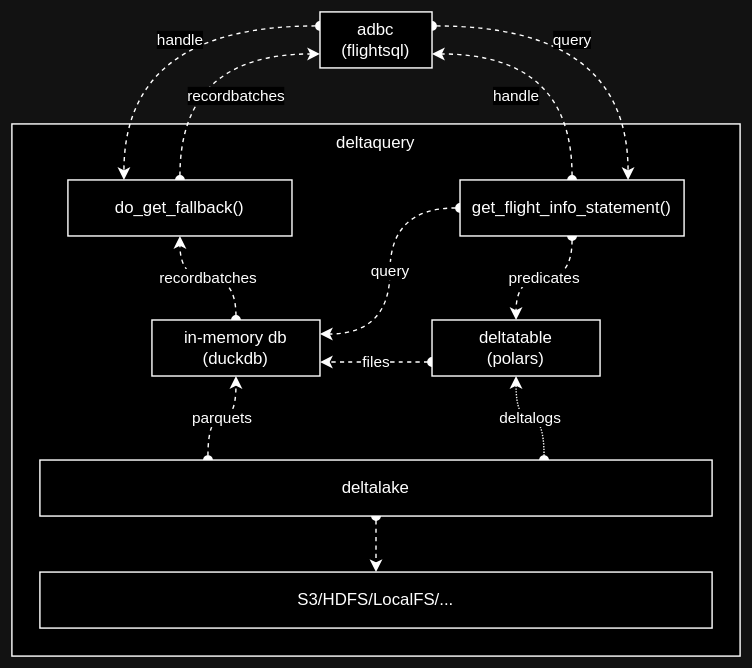
The draw.io diagram contents/deltaquery.svg in ingkle-oss/deltaquery, before a commit. Source tidied: cells renumbered, new cells last; positions are measured from the earlier drawing's top-left corner, leaving out a move shared by most shapes.
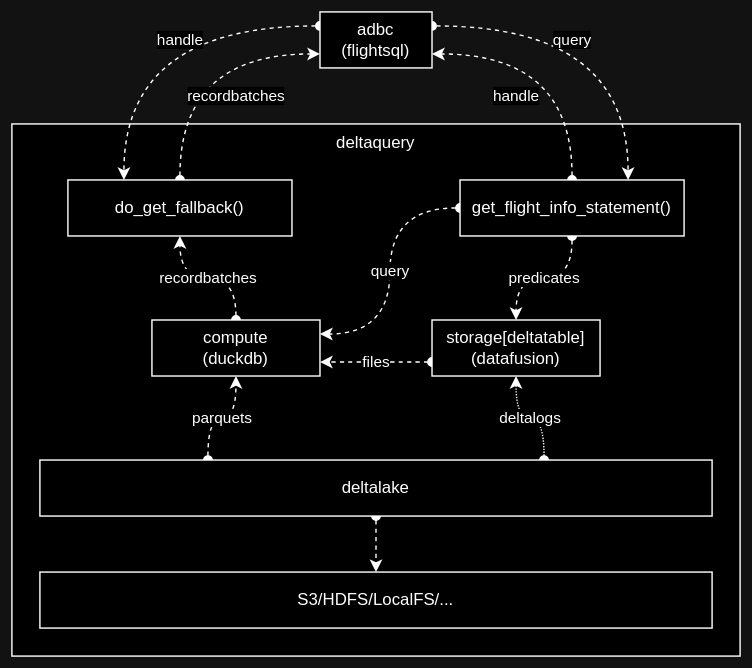
The same file after the commit.

Commit message:
Fix deltaquery architecture (#7)

Diff of the diagram source:
```diff
@@ -23,7 +23,7 @@
     <mxCell id="8" value="files" style="edgeStyle=orthogonalEdgeStyle;shape=connector;curved=1;rounded=0;jettySize=auto;html=1;exitX=0;exitY=0.75;exitDx=0;exitDy=0;entryX=1;entryY=0.75;entryDx=0;entryDy=0;dashed=1;labelBackgroundColor=default;strokeColor=default;align=center;verticalAlign=middle;fontFamily=Helvetica;fontSize=11;fontColor=default;startArrow=oval;startFill=1;endArrow=classic;" parent="1" edge="1" source="9" target="18">
       <mxGeometry relative="1" as="geometry" />
     </mxCell>
-    <mxCell id="9" value="deltatable&lt;br&gt;(polars)" style="rounded=0;whiteSpace=wrap;html=1;fontSize=12;" parent="1" vertex="1">
+    <mxCell id="9" value="storage[deltatable]&lt;br&gt;(datafusion)" style="rounded=0;whiteSpace=wrap;html=1;fontSize=12;" parent="1" vertex="1">
       <mxGeometry x="300" y="220" width="120" height="40" as="geometry" />
     </mxCell>
     <mxCell id="10" value="query" style="edgeStyle=orthogonalEdgeStyle;shape=connector;rounded=0;jettySize=auto;html=1;exitX=1;exitY=0.25;exitDx=0;exitDy=0;dashed=1;labelBackgroundColor=default;strokeColor=default;align=center;verticalAlign=middle;fontFamily=Helvetica;fontSize=11;fontColor=default;startArrow=oval;startFill=1;endArrow=classic;entryX=0.75;entryY=0;entryDx=0;entryDy=0;curved=1;" parent="1" edge="1" source="12" target="16">
@@ -50,7 +50,7 @@
     <mxCell id="17" value="recordbatches" style="edgeStyle=orthogonalEdgeStyle;shape=connector;curved=1;rounded=0;jettySize=auto;html=1;exitX=0.5;exitY=0;exitDx=0;exitDy=0;entryX=0.5;entryY=1;entryDx=0;entryDy=0;dashed=1;labelBackgroundColor=default;strokeColor=default;align=center;verticalAlign=middle;fontFamily=Helvetica;fontSize=11;fontColor=default;startArrow=oval;startFill=1;endArrow=classic;" parent="1" edge="1" source="18" target="20">
       <mxGeometry relative="1" as="geometry" />
     </mxCell>
-    <mxCell id="18" value="in-memory db&lt;br&gt;(duckdb)" style="rounded=0;whiteSpace=wrap;html=1;fontSize=12;" parent="1" vertex="1">
+    <mxCell id="18" value="compute&lt;br&gt;(duckdb)" style="rounded=0;whiteSpace=wrap;html=1;fontSize=12;" parent="1" vertex="1">
       <mxGeometry x="100" y="220" width="120" height="40" as="geometry" />
     </mxCell>
     <mxCell id="19" value="recordbatches" style="edgeStyle=orthogonalEdgeStyle;shape=connector;curved=1;rounded=0;jettySize=auto;html=1;exitX=0.5;exitY=0;exitDx=0;exitDy=0;entryX=0;entryY=0.75;entryDx=0;entryDy=0;dashed=1;labelBackgroundColor=default;strokeColor=default;align=center;verticalAlign=middle;fontFamily=Helvetica;fontSize=11;fontColor=default;startArrow=oval;startFill=1;endArrow=classic;" parent="1" edge="1" source="20" target="12">
```
